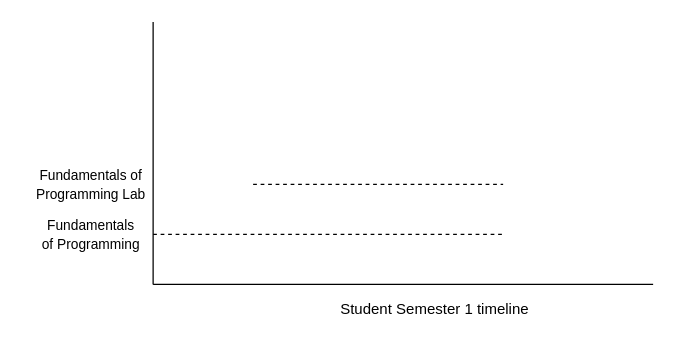
This is courses.drawio from a2tm7a/draw, a draw.io file, before an edit. Source tidied: cells renumbered, new cells numbered last; positions are measured from the earlier drawing's top-left corner, leaving out a move shared by most shapes. Both pictures are drawn from the tidied source at 125%, with x=0, y=0 at pixel (28, 21).
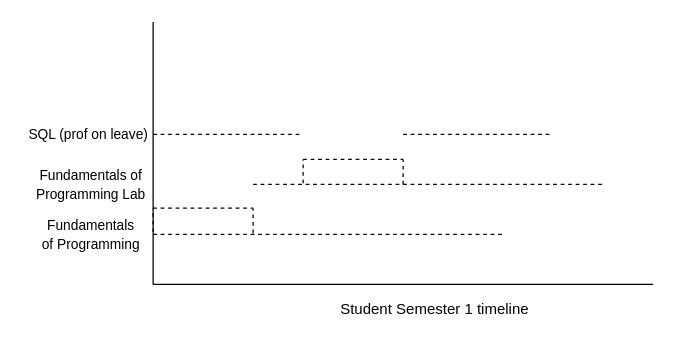
The same page after the edit.

Diff of the diagram source:
```diff
@@
     <mxCell id="7" style="endArrow=none;dashed=1;html=1;rounded=0;" parent="1" edge="1">
       <mxGeometry relative="1" as="geometry">
         <mxPoint x="180" y="130" as="sourcePoint" />
-        <mxPoint x="380" y="130" as="targetPoint" />
+        <mxPoint x="460" y="130" as="targetPoint" />
       </mxGeometry>
     </mxCell>
@@
+    <mxCell id="9" style="endArrow=none;dashed=1;html=1;rounded=0;" parent="1" edge="1">
+      <mxGeometry relative="1" as="geometry">
+        <mxPoint x="100" y="90" as="sourcePoint" />
+        <mxPoint x="220" y="90" as="targetPoint" />
+      </mxGeometry>
+    </mxCell>
+    <mxCell id="10" style="endArrow=none;dashed=1;html=1;rounded=0;" parent="1" edge="1">
+      <mxGeometry relative="1" as="geometry">
+        <mxPoint x="300" y="90" as="sourcePoint" />
+        <mxPoint x="420" y="90" as="targetPoint" />
+      </mxGeometry>
+    </mxCell>
+    <mxCell id="11" value="&lt;span style=&quot;font-size: 11px&quot;&gt;SQL (prof on leave)&lt;/span&gt;" style="text;html=1;align=center;verticalAlign=middle;strokeColor=none;fillColor=none;" parent="1" vertex="1">
+      <mxGeometry x="-5" y="80" width="106" height="19" as="geometry" />
+    </mxCell>
+    <mxCell id="12" style="endArrow=none;dashed=1;html=1;rounded=0;fontSize=11;" parent="1" edge="1">
+      <mxGeometry relative="1" as="geometry">
+        <mxPoint x="220" y="129" as="sourcePoint" />
+        <mxPoint x="220" y="110" as="targetPoint" />
+      </mxGeometry>
+    </mxCell>
+    <mxCell id="13" style="endArrow=none;dashed=1;html=1;rounded=0;fontSize=11;" parent="1" edge="1">
+      <mxGeometry relative="1" as="geometry">
+        <mxPoint x="300" y="130" as="sourcePoint" />
+        <mxPoint x="300" y="110" as="targetPoint" />
+      </mxGeometry>
+    </mxCell>
+    <mxCell id="14" style="endArrow=none;dashed=1;html=1;rounded=0;fontSize=11;" parent="1" edge="1">
+      <mxGeometry relative="1" as="geometry">
+        <mxPoint x="220" y="110" as="sourcePoint" />
+        <mxPoint x="300" y="110" as="targetPoint" />
+      </mxGeometry>
+    </mxCell>
+    <mxCell id="15" style="endArrow=none;dashed=1;html=1;rounded=0;fontSize=11;" parent="1" edge="1">
+      <mxGeometry relative="1" as="geometry">
+        <mxPoint x="100" y="168" as="sourcePoint" />
+        <mxPoint x="100" y="149" as="targetPoint" />
+      </mxGeometry>
+    </mxCell>
+    <mxCell id="16" style="endArrow=none;dashed=1;html=1;rounded=0;fontSize=11;" parent="1" edge="1">
+      <mxGeometry relative="1" as="geometry">
+        <mxPoint x="180" y="169" as="sourcePoint" />
+        <mxPoint x="180" y="149" as="targetPoint" />
+      </mxGeometry>
+    </mxCell>
+    <mxCell id="17" style="endArrow=none;dashed=1;html=1;rounded=0;fontSize=11;" parent="1" edge="1">
+      <mxGeometry relative="1" as="geometry">
+        <mxPoint x="100" y="149" as="sourcePoint" />
+        <mxPoint x="180" y="149" as="targetPoint" />
+      </mxGeometry>
+    </mxCell>
```
